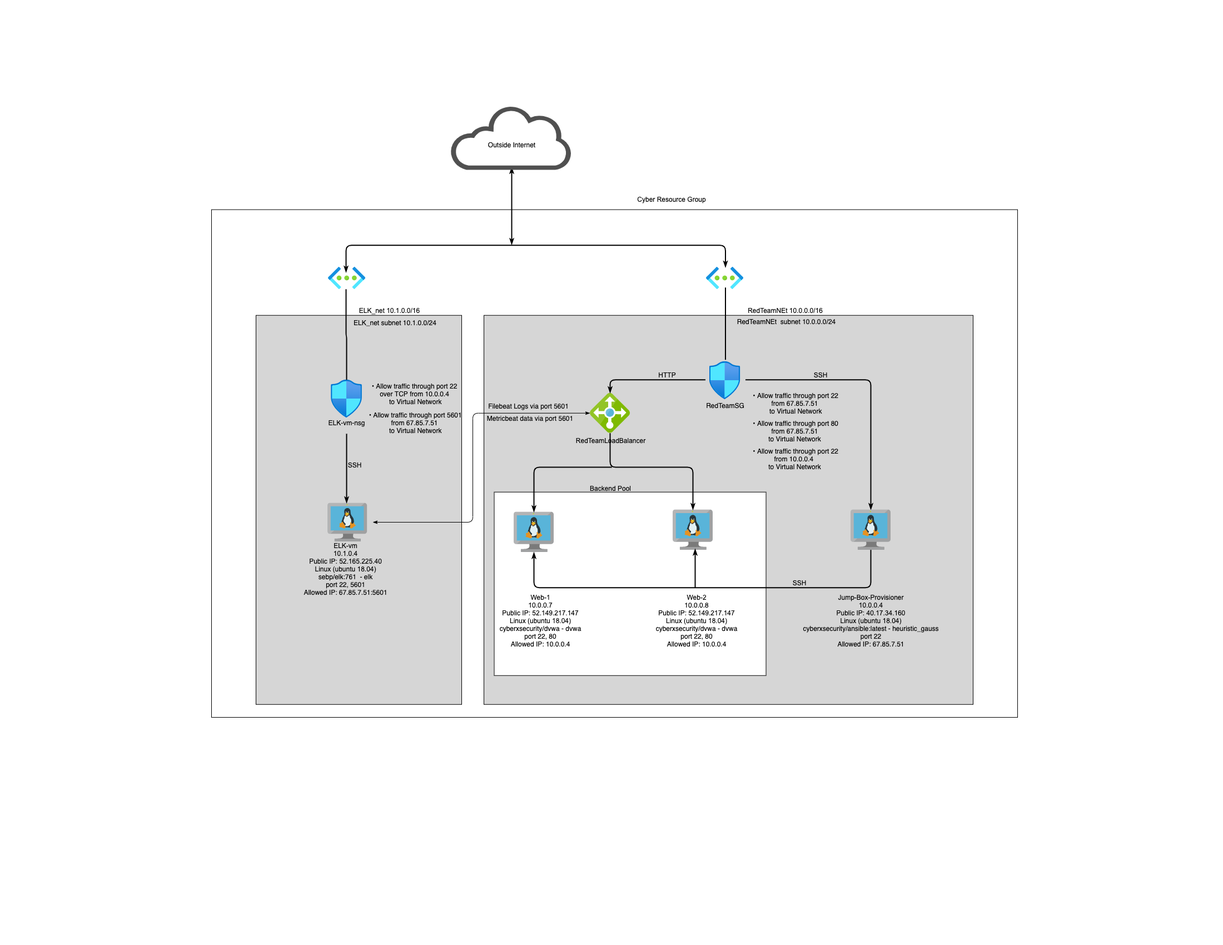
The draw.io diagram Images/ELK_diagram.png in wiltzie75/ELK-Project, before a commit. Source tidied: cells renumbered, new cells last; positions are measured from the earlier drawing's top-left corner, leaving out a move shared by most shapes.
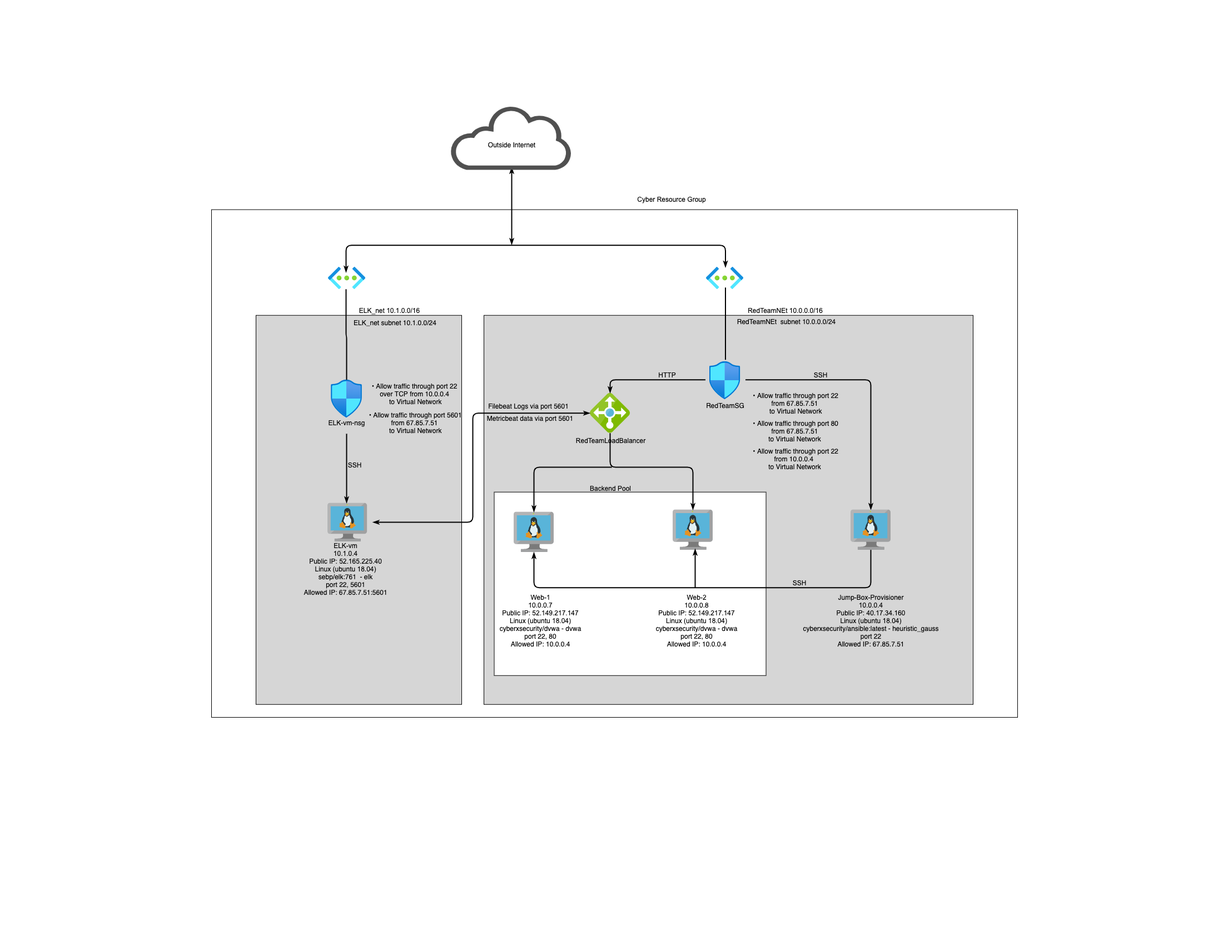
After the commit.

What changed in the source:
```diff
@@ -189,7 +189,7 @@
     <mxCell id="40" value="RedTeamNEt&amp;nbsp; subnet 10.0.0.0/24" style="text;html=1;align=center;verticalAlign=middle;fillColor=none;strokeColor=none;rounded=0;" parent="1" vertex="1">
       <mxGeometry x="939" y="377.8" width="190" height="20" as="geometry" />
     </mxCell>
-    <mxCell id="41" style="endArrow=classicThin;html=1;entryX=0;entryY=0.5;entryDx=0;entryDy=0;edgeStyle=orthogonalEdgeStyle;startArrow=classicThin;startFill=1;endFill=1;" parent="1" edge="1" target="12">
+    <mxCell id="41" style="endArrow=classicThin;html=1;entryX=0;entryY=0.5;entryDx=0;entryDy=0;edgeStyle=orthogonalEdgeStyle;startArrow=classicThin;startFill=1;endFill=1;strokeWidth=2;" parent="1" edge="1" target="12">
       <mxGeometry relative="1" as="geometry">
         <mxPoint x="290" y="749" as="sourcePoint" />
         <Array as="points">
```
